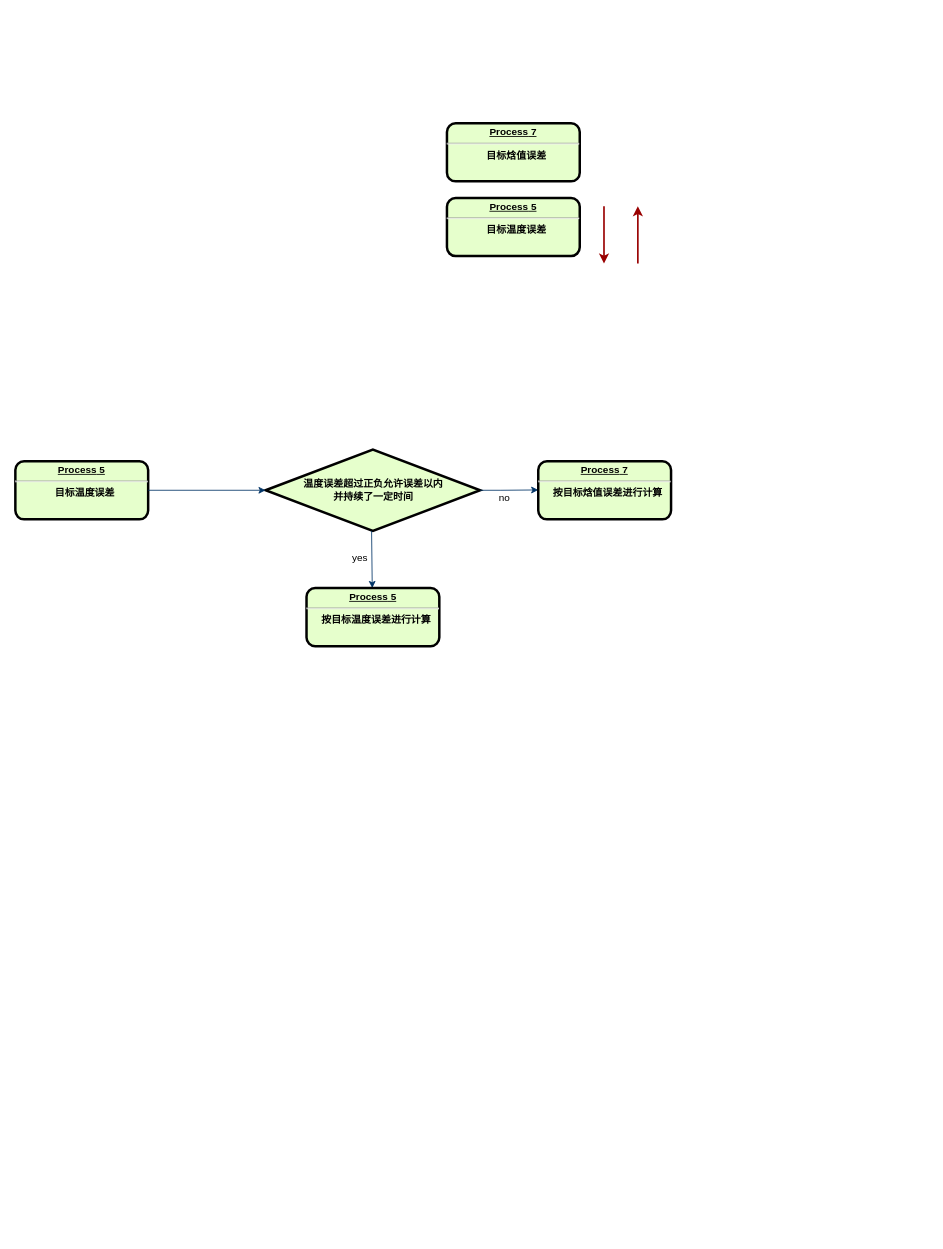
Before: entraphy-23.11.24.drawio in Ge-Minhappy/hello-world, a draw.io diagram. Source tidied: cells renumbered, new cells numbered last; positions are measured from the earlier drawing's top-left corner, leaving out a move shared by most shapes. Both pictures are drawn from the tidied source at 83%, with x=0, y=0 at pixel (15, 123).
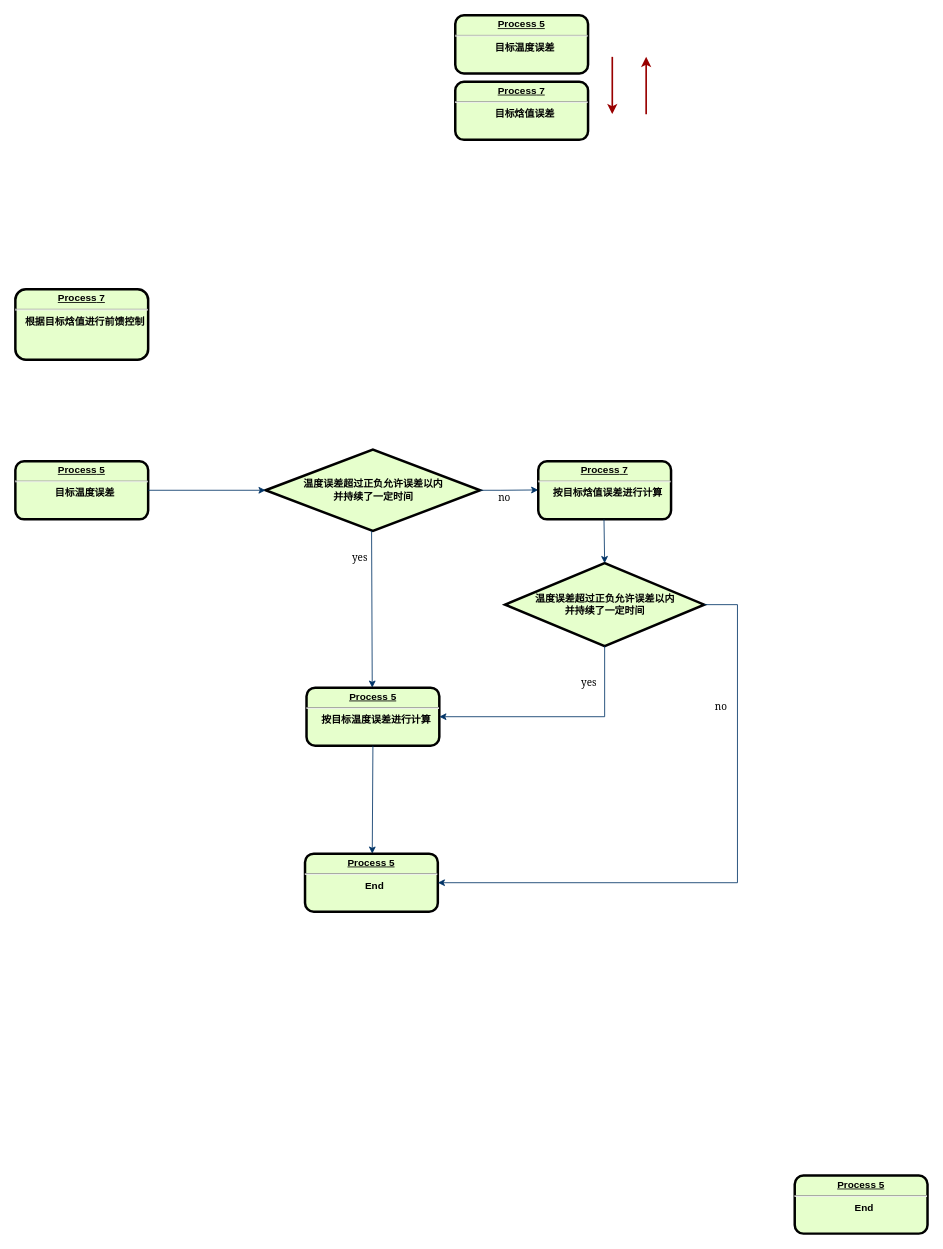
The same diagram, later.

What changed in the source:
```diff
@@
-    <mxCell id="3" value="&lt;p style=&quot;margin: 0px; margin-top: 4px; text-align: center; text-decoration: underline;&quot;&gt;&lt;strong&gt;&lt;strong&gt;Process&lt;/strong&gt; 7&lt;br&gt;&lt;/strong&gt;&lt;/p&gt;&lt;hr&gt;&lt;p style=&quot;margin: 0px; margin-left: 8px;&quot;&gt;目标焓值误差&lt;/p&gt;" style="verticalAlign=middle;align=center;overflow=fill;fontSize=12;fontFamily=Helvetica;html=1;rounded=1;fontStyle=1;strokeWidth=3;fillColor=#E6FFCC;" parent="1" vertex="1">
-      <mxGeometry x="520" width="160" height="70" as="geometry" />
+    <mxCell id="3" value="&lt;p style=&quot;margin: 0px; margin-top: 4px; text-align: center; text-decoration: underline;&quot;&gt;&lt;strong&gt;&lt;strong&gt;Process&lt;/strong&gt; 7&lt;br&gt;&lt;/strong&gt;&lt;/p&gt;&lt;hr&gt;&lt;p style=&quot;margin: 0px; margin-left: 8px;&quot;&gt;根据目标焓值进行前馈控制&lt;/p&gt;" style="verticalAlign=middle;align=center;overflow=fill;fontSize=12;fontFamily=Helvetica;html=1;rounded=1;fontStyle=1;strokeWidth=3;fillColor=#E6FFCC;" parent="1" vertex="1">
+      <mxGeometry y="200" width="160" height="85" as="geometry" />
     </mxCell>
     <mxCell id="4" style="edgeStyle=elbowEdgeStyle;elbow=horizontal;strokeColor=#990000;strokeWidth=2;" parent="1" edge="1">
       <mxGeometry relative="1" as="geometry">
-        <mxPoint x="709.2" y="100" as="sourcePoint" />
-        <mxPoint x="709.2" y="169" as="targetPoint" />
+        <mxPoint x="719.2" y="-80" as="sourcePoint" />
+        <mxPoint x="719.2" y="-11" as="targetPoint" />
         <Array as="points">
-          <mxPoint x="709.2" y="129" />
+          <mxPoint x="719.2" y="-51" />
         </Array>
       </mxGeometry>
     </mxCell>
     <mxCell id="5" style="edgeStyle=elbowEdgeStyle;elbow=horizontal;strokeColor=#990000;strokeWidth=2;" parent="1" edge="1">
       <mxGeometry relative="1" as="geometry">
-        <mxPoint x="750" y="169" as="sourcePoint" />
-        <mxPoint x="750" y="100" as="targetPoint" />
+        <mxPoint x="760" y="-11" as="sourcePoint" />
+        <mxPoint x="760" y="-80" as="targetPoint" />
         <Array as="points">
-          <mxPoint x="750" y="129" />
+          <mxPoint x="760" y="-51" />
         </Array>
       </mxGeometry>
     </mxCell>
@@
-    <mxCell id="9" value="yes" style="text;fontStyle=0;html=1;strokeColor=none;gradientColor=none;fillColor=none;strokeWidth=2;" parent="1" vertex="1">
+    <mxCell id="9" value="&lt;font face=&quot;Georgia&quot;&gt;yes&lt;/font&gt;" style="text;fontStyle=0;html=1;strokeColor=none;gradientColor=none;fillColor=none;strokeWidth=2;" parent="1" vertex="1">
       <mxGeometry x="404" y="510" width="40" height="26" as="geometry" />
     </mxCell>
-    <mxCell id="10" style="edgeStyle=elbowEdgeStyle;elbow=horizontal;fontColor=#001933;fontStyle=1;strokeColor=#003366;strokeWidth=1;html=1;rounded=0;" parent="1" edge="1">
+    <mxCell id="10" style="edgeStyle=elbowEdgeStyle;elbow=horizontal;fontColor=#001933;fontStyle=1;strokeColor=#003366;strokeWidth=1;html=1;rounded=0;entryX=0.5;entryY=0;entryDx=0;entryDy=0;" parent="1" edge="1" target="12">
       <mxGeometry as="geometry">
         <mxPoint x="429.2" y="491.2" as="sourcePoint" />
-        <mxPoint x="430" y="560" as="targetPoint" />
       </mxGeometry>
     </mxCell>
-    <mxCell id="11" value="no" style="text;fontStyle=0;html=1;strokeColor=none;gradientColor=none;fillColor=none;strokeWidth=2;align=center;" parent="1" vertex="1">
+    <mxCell id="11" value="&lt;font face=&quot;Georgia&quot;&gt;no&lt;/font&gt;" style="text;fontStyle=0;html=1;strokeColor=none;gradientColor=none;fillColor=none;strokeWidth=2;align=center;" parent="1" vertex="1">
       <mxGeometry x="569" y="438" width="40" height="26" as="geometry" />
     </mxCell>
     <mxCell id="12" value="&lt;p style=&quot;margin: 0px; margin-top: 4px; text-align: center; text-decoration: underline;&quot;&gt;&lt;strong&gt;&lt;strong&gt;Process&lt;/strong&gt; 5&lt;br&gt;&lt;/strong&gt;&lt;/p&gt;&lt;hr&gt;&lt;p style=&quot;margin: 0px; margin-left: 8px;&quot;&gt;按目标温度误差进行计算&lt;/p&gt;" style="verticalAlign=middle;align=center;overflow=fill;fontSize=12;fontFamily=Helvetica;html=1;rounded=1;fontStyle=1;strokeWidth=3;fillColor=#E6FFCC;" parent="1" vertex="1">
-      <mxGeometry x="350.8" y="560" width="160" height="70" as="geometry" />
+      <mxGeometry x="350.8" y="680" width="160" height="70" as="geometry" />
     </mxCell>
@@
     <mxCell id="14" value="&lt;p style=&quot;margin: 0px; margin-top: 4px; text-align: center; text-decoration: underline;&quot;&gt;&lt;strong&gt;&lt;strong&gt;Process&lt;/strong&gt; 5&lt;br&gt;&lt;/strong&gt;&lt;/p&gt;&lt;hr&gt;&lt;p style=&quot;margin: 0px; margin-left: 8px;&quot;&gt;目标温度误差&lt;/p&gt;" style="verticalAlign=middle;align=center;overflow=fill;fontSize=12;fontFamily=Helvetica;html=1;rounded=1;fontStyle=1;strokeWidth=3;fillColor=#E6FFCC;" parent="1" vertex="1">
-      <mxGeometry x="520" y="90" width="160" height="70" as="geometry" />
+      <mxGeometry x="530" y="-130" width="160" height="70" as="geometry" />
     </mxCell>
+    <mxCell id="15" value="&lt;p style=&quot;margin: 0px; margin-top: 4px; text-align: center; text-decoration: underline;&quot;&gt;&lt;strong&gt;&lt;strong&gt;Process&lt;/strong&gt; 7&lt;br&gt;&lt;/strong&gt;&lt;/p&gt;&lt;hr&gt;&lt;p style=&quot;margin: 0px; margin-left: 8px;&quot;&gt;目标焓值误差&lt;/p&gt;" style="verticalAlign=middle;align=center;overflow=fill;fontSize=12;fontFamily=Helvetica;html=1;rounded=1;fontStyle=1;strokeWidth=3;fillColor=#E6FFCC;" parent="1" vertex="1">
+      <mxGeometry x="530" y="-50" width="160" height="70" as="geometry" />
+    </mxCell>
+    <mxCell id="16" value="温度误差超过正负允许误差以内&lt;br&gt;并持续了一定时间" style="shape=mxgraph.flowchart.decision;strokeWidth=3;gradientColor=none;gradientDirection=north;fontStyle=1;html=1;direction=north;fillColor=#E6FFCC;rounded=1;" parent="1" vertex="1">
+      <mxGeometry x="590" y="530" width="240" height="100" as="geometry" />
+    </mxCell>
+    <mxCell id="17" style="edgeStyle=elbowEdgeStyle;elbow=horizontal;fontColor=#001933;fontStyle=1;strokeColor=#003366;strokeWidth=1;html=1;rounded=0;entryX=1;entryY=0.5;entryDx=0;entryDy=0;entryPerimeter=0;" parent="1" edge="1" target="16">
+      <mxGeometry as="geometry">
+        <mxPoint x="709.2" y="477.2" as="sourcePoint" />
+      </mxGeometry>
+    </mxCell>
+    <mxCell id="18" style="entryX=1;entryY=0.5;fontStyle=1;strokeColor=#003366;strokeWidth=1;html=1;rounded=0;exitX=0;exitY=0.5;exitDx=0;exitDy=0;exitPerimeter=0;entryDx=0;entryDy=0;" parent="1" edge="1" source="16" target="12">
+      <mxGeometry relative="1" as="geometry">
+        <Array as="points">
+          <mxPoint x="710" y="715" />
+        </Array>
+      </mxGeometry>
+    </mxCell>
+    <mxCell id="19" value="&lt;font face=&quot;Georgia&quot;&gt;yes&lt;/font&gt;" style="text;fontStyle=0;html=1;strokeColor=none;gradientColor=none;fillColor=none;strokeWidth=2;" parent="1" vertex="1">
+      <mxGeometry x="680" y="660" width="40" height="26" as="geometry" />
+    </mxCell>
+    <mxCell id="20" style="fontStyle=1;strokeColor=#003366;strokeWidth=1;html=1;rounded=0;exitX=0.5;exitY=1;exitDx=0;exitDy=0;" parent="1" edge="1" source="12">
+      <mxGeometry relative="1" as="geometry">
+        <mxPoint x="430" y="880" as="targetPoint" />
+      </mxGeometry>
+    </mxCell>
+    <mxCell id="21" value="&lt;p style=&quot;margin: 0px; margin-top: 4px; text-align: center; text-decoration: underline;&quot;&gt;&lt;strong&gt;&lt;strong&gt;Process&lt;/strong&gt; 5&lt;br&gt;&lt;/strong&gt;&lt;/p&gt;&lt;hr&gt;&lt;p style=&quot;margin: 0px; margin-left: 8px;&quot;&gt;End&lt;/p&gt;" style="verticalAlign=middle;align=center;overflow=fill;fontSize=12;fontFamily=Helvetica;html=1;rounded=1;fontStyle=1;strokeWidth=3;fillColor=#E6FFCC;" parent="1" vertex="1">
+      <mxGeometry x="349" y="880" width="160" height="70" as="geometry" />
+    </mxCell>
+    <mxCell id="22" value="&lt;p style=&quot;margin: 0px; margin-top: 4px; text-align: center; text-decoration: underline;&quot;&gt;&lt;strong&gt;&lt;strong&gt;Process&lt;/strong&gt; 5&lt;br&gt;&lt;/strong&gt;&lt;/p&gt;&lt;hr&gt;&lt;p style=&quot;margin: 0px; margin-left: 8px;&quot;&gt;End&lt;/p&gt;" style="verticalAlign=middle;align=center;overflow=fill;fontSize=12;fontFamily=Helvetica;html=1;rounded=1;fontStyle=1;strokeWidth=3;fillColor=#E6FFCC;" parent="1" vertex="1">
+      <mxGeometry x="939" y="1267.8" width="160" height="70" as="geometry" />
+    </mxCell>
+    <mxCell id="23" style="entryX=1;entryY=0.5;fontStyle=1;strokeColor=#003366;strokeWidth=1;html=1;rounded=0;exitX=0.5;exitY=1;exitDx=0;exitDy=0;exitPerimeter=0;entryDx=0;entryDy=0;" parent="1" edge="1" source="16" target="21">
+      <mxGeometry relative="1" as="geometry">
+        <Array as="points">
+          <mxPoint x="870" y="580" />
+          <mxPoint x="870" y="915" />
+        </Array>
+      </mxGeometry>
+    </mxCell>
+    <mxCell id="24" value="&lt;font face=&quot;Georgia&quot;&gt;no&lt;/font&gt;" style="text;fontStyle=0;html=1;strokeColor=none;gradientColor=none;fillColor=none;strokeWidth=2;align=center;" parent="1" vertex="1">
+      <mxGeometry x="830" y="690" width="40" height="26" as="geometry" />
+    </mxCell>
```
